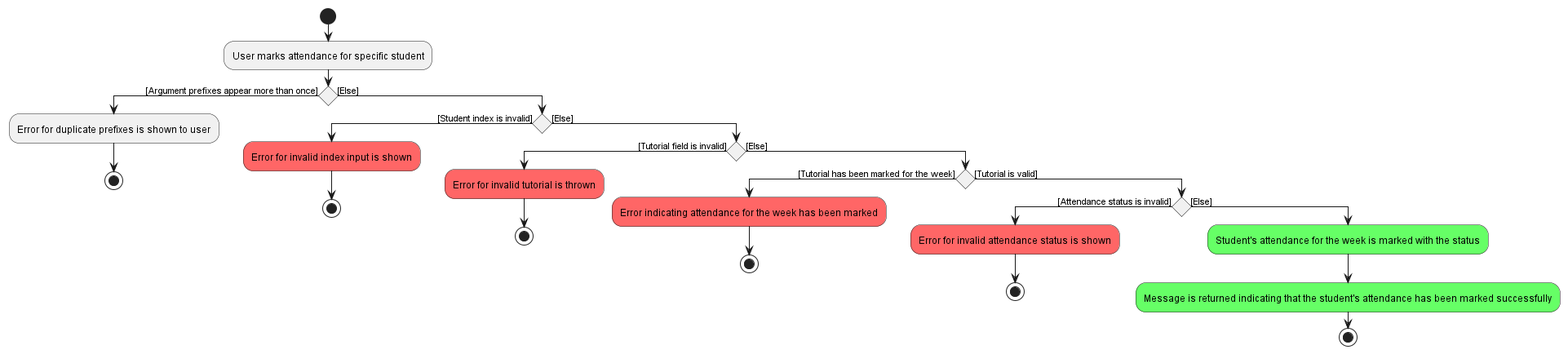
Before: docs/images/MarkAttendanceActivityDiagram.png, a diagram exported from PlantUML (proto-aiken-13/tp).
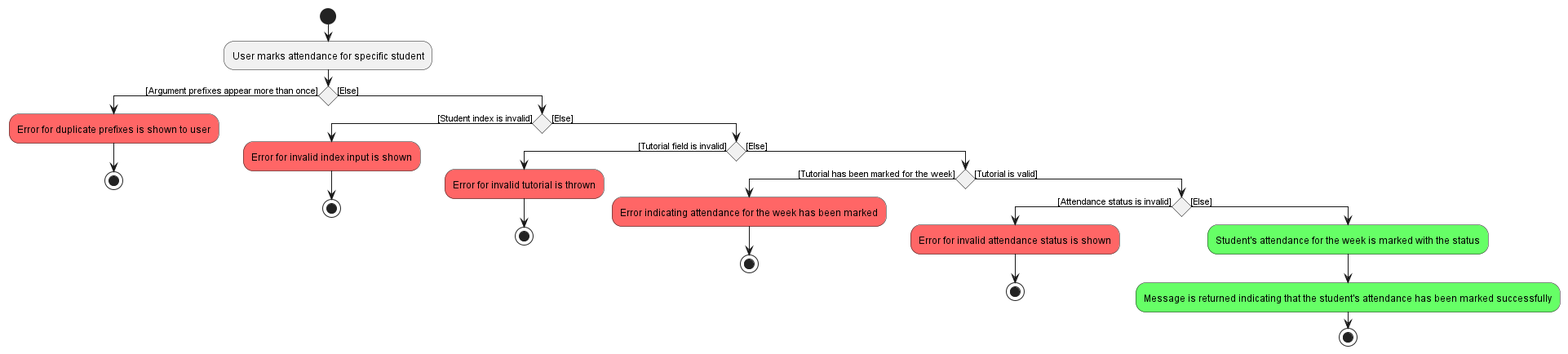
After the commit.

Commit message:
Fix DG Activity Diagram

Change to the diagram source:
```diff
@@ -3,7 +3,7 @@
 start
 :User marks attendance for specific student;
 if () then ([Argument prefixes appear more than once])
-    :Error for duplicate prefixes is shown to user;
+    #FF6666:Error for duplicate prefixes is shown to user;
     stop;
 else ([Else])
     if () then ([Student index is invalid])
```
